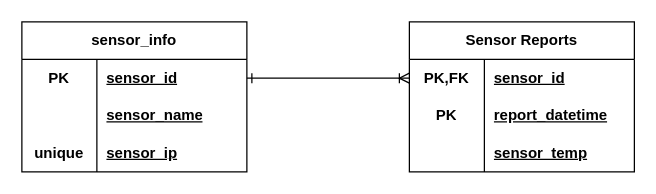
The draw.io diagram Database/Database Diagram.drawio in mccakit/Wireless-Sensor-Management-and-Tracking, before the edit. Source tidied: cells renumbered, new cells numbered last; positions are measured from the earlier drawing's top-left corner, leaving out a move shared by most shapes. Both pictures are drawn from the tidied source at 125%, with x=0, y=0 at pixel (21, 21).
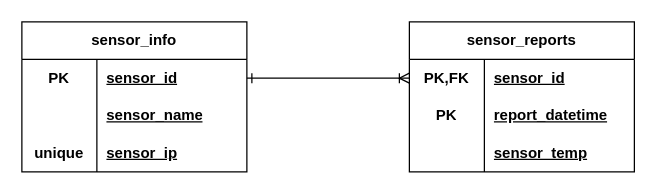
The same page after the edit.

The edit, as a diff of the source:
```diff
@@
-    <mxCell id="12" value="Sensor Reports" style="shape=table;startSize=30;childLayout=tableLayout;rowLines=0;fontStyle=1;align=center;html=1;whiteSpace=wrap;" parent="1" vertex="1">
+    <mxCell id="12" value="sensor_reports" style="shape=table;startSize=30;childLayout=tableLayout;rowLines=0;fontStyle=1;align=center;html=1;whiteSpace=wrap;" parent="1" vertex="1">
       <mxGeometry x="310" width="180" height="120" as="geometry" />
     </mxCell>
```
